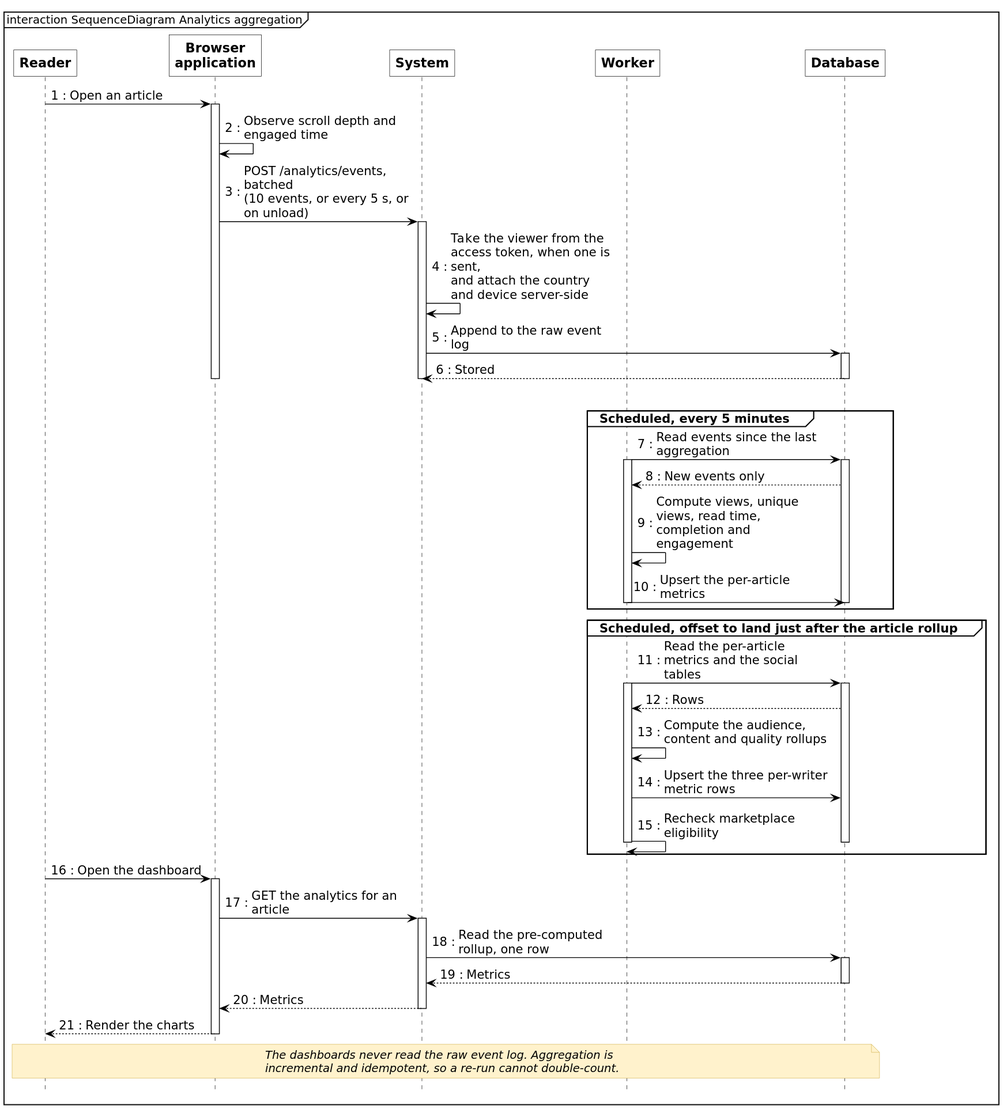
inkwell-dev/spec.inkwell.ai keeps this PlantUML diagram as diagrams/fig-5-3-sequence-analytics-aggregation/fig-5-3-sequence-analytics-aggregation.svg. Above is the earlier version.
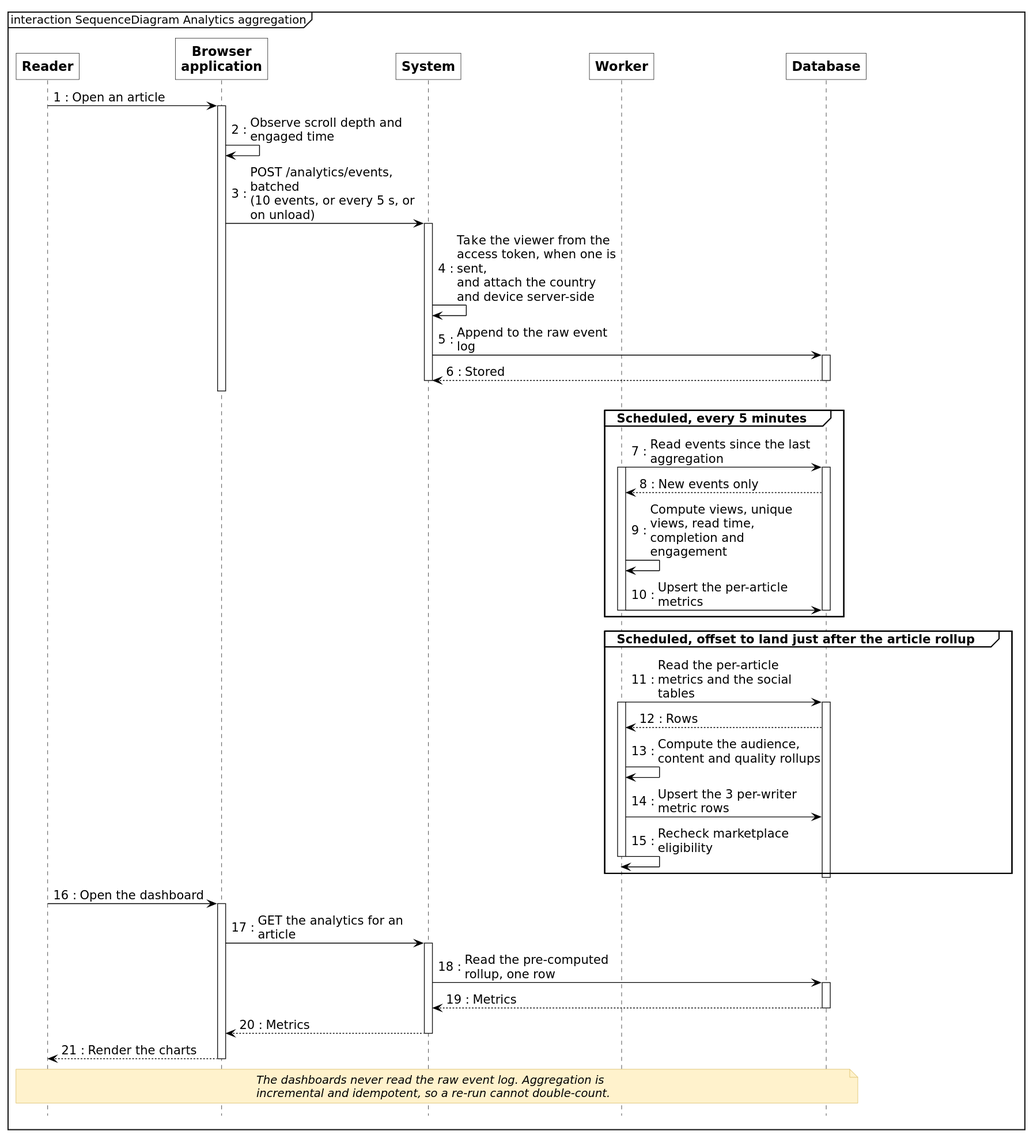
Later version of the same file.

What changed in the source:
```diff
@@ -42,7 +42,7 @@
   activate D
   D --> K : Rows
   K -> K : Compute the audience, content and quality rollups
-  K -> D : Upsert the three per-writer metric rows
+  K -> D : Upsert the 3 per-writer metric rows
   K -> K : Recheck marketplace eligibility
   deactivate D
   deactivate K
```
